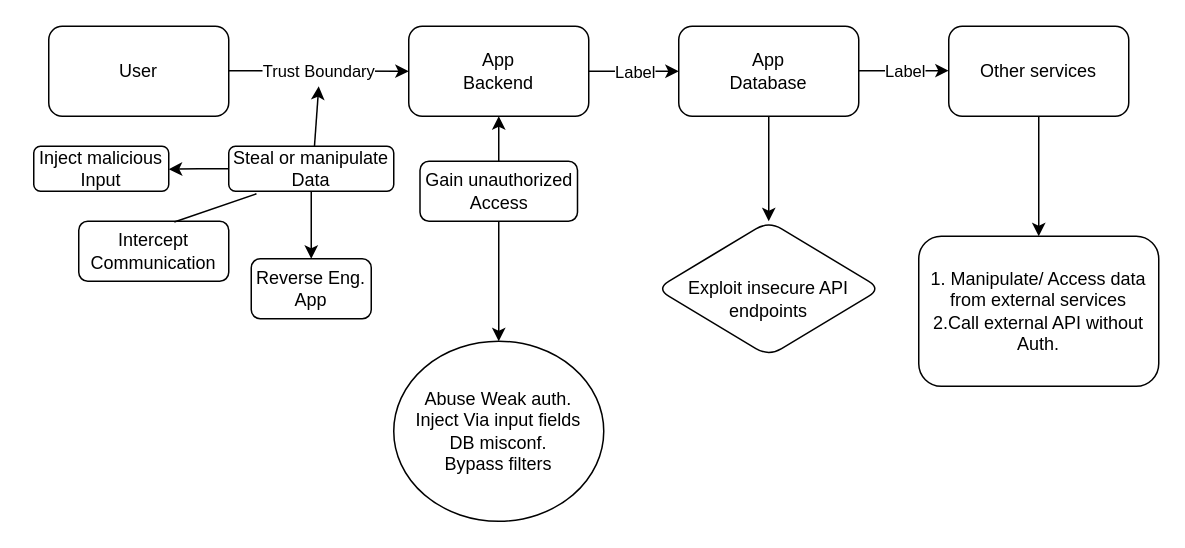
Before: IdentitfyVu;.drawio in arjunraj79/Data, a draw.io diagram. Source tidied: cells renumbered, new cells numbered last; positions are measured from the earlier drawing's top-left corner, leaving out a move shared by most shapes. Both pictures are drawn from the tidied source at 150%, with x=0, y=0 at pixel (33, 26).
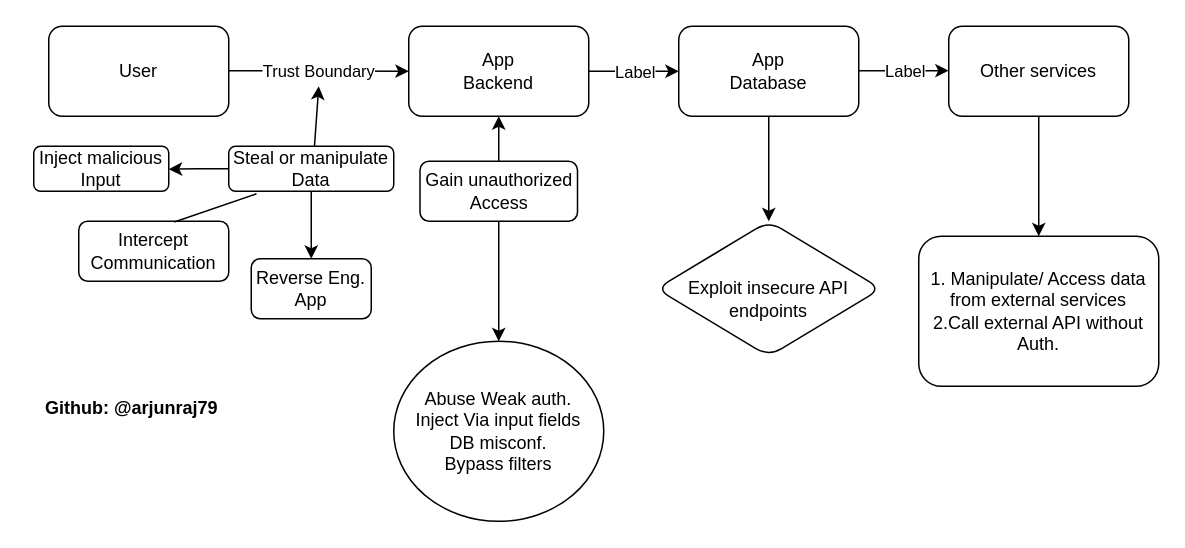
The same page after the edit.

What changed in the source:
```diff
@@
+    <mxCell id="28" value="&lt;b&gt;Github: @arjunraj79&lt;/b&gt;" style="text;html=1;align=center;verticalAlign=middle;strokeColor=none;fillColor=none;" parent="1" vertex="1">
+      <mxGeometry x="-5" y="240" width="140" height="30" as="geometry" />
+    </mxCell>
```
